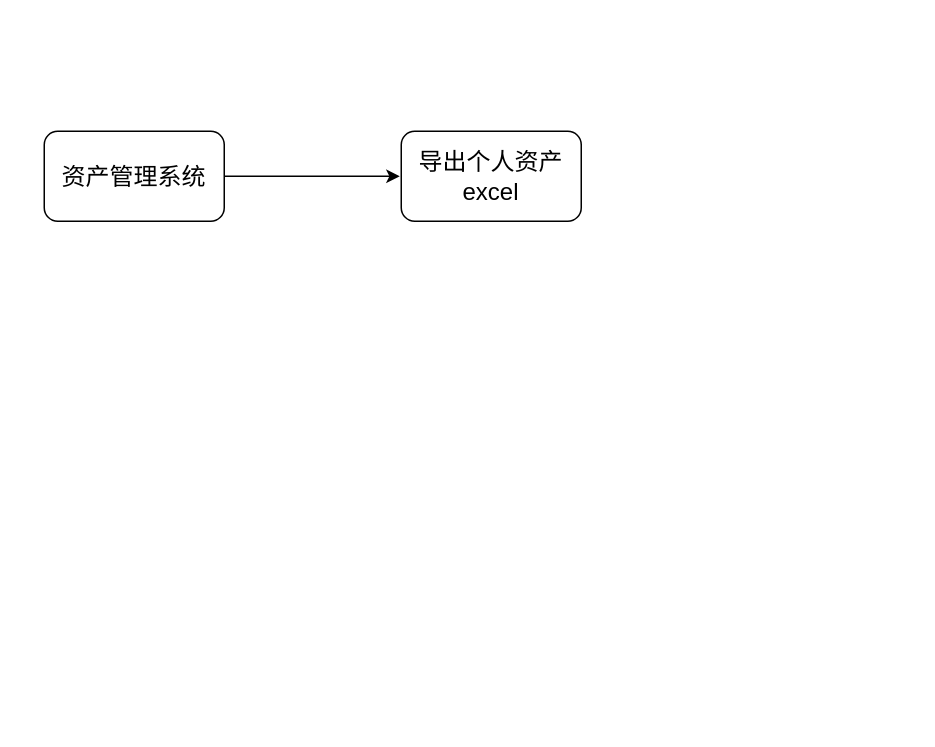
AdhereZ/graph keeps this draw.io diagram as 设备管理.drawio. Above is the earlier version. Source tidied: cells renumbered, new cells numbered last; positions are measured from the earlier drawing's top-left corner, leaving out a move shared by most shapes. Both pictures are drawn from the tidied source at 150%, with x=0, y=0 at pixel (44, 130).
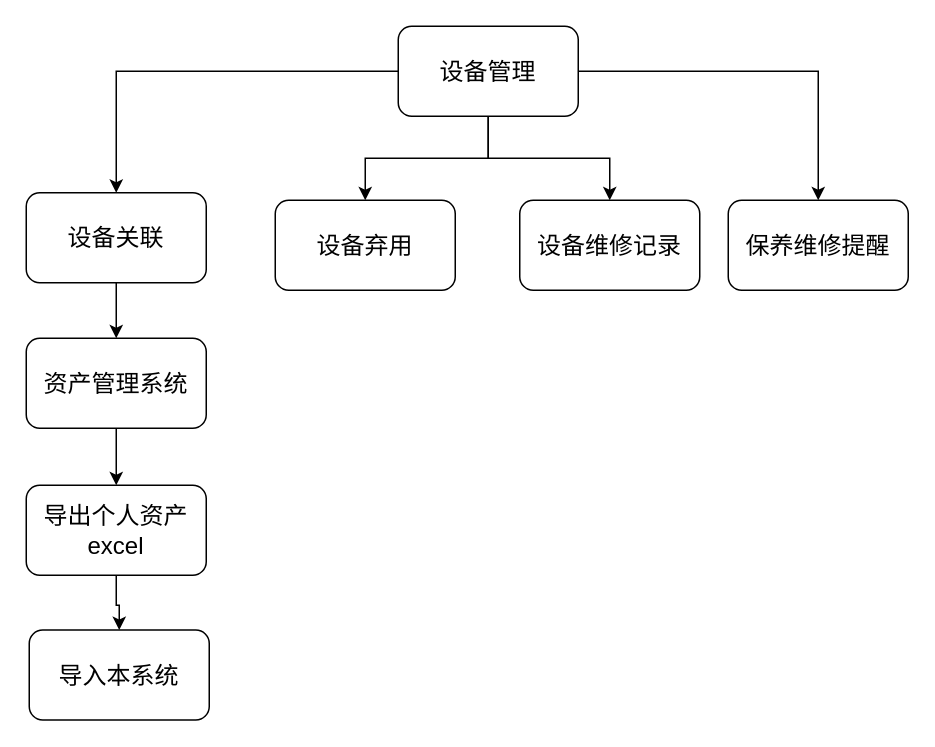
The same diagram, later.

Commit message (it also covers changes not shown here):
更新设备管理.drawio

What changed in the source:
```diff
@@
 <mxGraphModel>
   <root>
     <mxCell id="0" />
     <mxCell id="1" parent="0" />
+    <mxCell id="5" style="edgeStyle=orthogonalEdgeStyle;rounded=0;jettySize=auto;html=1;fontSize=16;" parent="1" edge="1" source="2" target="4">
+      <mxGeometry relative="1" as="geometry" />
+    </mxCell>
     <mxCell id="2" value="&lt;font style=&quot;font-size: 16px;&quot;&gt;资产管理系统&lt;/font&gt;" style="rounded=1;whiteSpace=wrap;html=1;" parent="1" vertex="1">
-      <mxGeometry width="120" height="60" as="geometry" />
+      <mxGeometry x="-12" y="138" width="120" height="60" as="geometry" />
     </mxCell>
-    <mxCell id="3" style="endArrow=classic;html=1;rounded=0;fontSize=16;exitX=1;exitY=0.5;exitDx=0;exitDy=0;" parent="1" edge="1" source="2">
-      <mxGeometry relative="1" as="geometry">
-        <mxPoint x="237" y="30" as="targetPoint" />
-      </mxGeometry>
-    </mxCell>
+    <mxCell id="6" style="edgeStyle=orthogonalEdgeStyle;rounded=0;jettySize=auto;html=1;fontSize=16;" parent="1" edge="1" source="4" target="7">
+      <mxGeometry relative="1" as="geometry" />
+    </mxCell>
     <mxCell id="4" value="导出个人资产excel" style="rounded=1;whiteSpace=wrap;html=1;fontSize=16;" parent="1" vertex="1">
-      <mxGeometry x="238" width="120" height="60" as="geometry" />
+      <mxGeometry x="-12" y="236" width="120" height="60" as="geometry" />
     </mxCell>
+    <mxCell id="7" value="导入本系统" style="rounded=1;whiteSpace=wrap;html=1;fontSize=16;" parent="1" vertex="1">
+      <mxGeometry x="-10" y="332.5" width="120" height="60" as="geometry" />
+    </mxCell>
+    <mxCell id="8" style="edgeStyle=orthogonalEdgeStyle;rounded=0;jettySize=auto;html=1;fontSize=16;" parent="1" edge="1" source="12" target="14">
+      <mxGeometry relative="1" as="geometry" />
+    </mxCell>
+    <mxCell id="9" style="edgeStyle=orthogonalEdgeStyle;rounded=0;jettySize=auto;html=1;fontSize=16;" parent="1" edge="1" source="12" target="15">
+      <mxGeometry relative="1" as="geometry" />
+    </mxCell>
+    <mxCell id="10" style="edgeStyle=orthogonalEdgeStyle;rounded=0;jettySize=auto;html=1;fontSize=16;" parent="1" edge="1" source="12" target="16">
+      <mxGeometry relative="1" as="geometry" />
+    </mxCell>
+    <mxCell id="11" style="edgeStyle=orthogonalEdgeStyle;rounded=0;jettySize=auto;html=1;fontSize=16;" parent="1" edge="1" source="12" target="17">
+      <mxGeometry relative="1" as="geometry" />
+    </mxCell>
+    <mxCell id="12" value="设备管理" style="rounded=1;whiteSpace=wrap;html=1;fontSize=16;" parent="1" vertex="1">
+      <mxGeometry x="236" y="-70" width="120" height="60" as="geometry" />
+    </mxCell>
+    <mxCell id="13" style="edgeStyle=orthogonalEdgeStyle;rounded=0;jettySize=auto;html=1;fontSize=16;" parent="1" edge="1" source="14" target="2">
+      <mxGeometry relative="1" as="geometry" />
+    </mxCell>
+    <mxCell id="14" value="设备关联" style="rounded=1;whiteSpace=wrap;html=1;fontSize=16;" parent="1" vertex="1">
+      <mxGeometry x="-12" y="41" width="120" height="60" as="geometry" />
+    </mxCell>
+    <mxCell id="15" value="设备弃用" style="rounded=1;whiteSpace=wrap;html=1;fontSize=16;" parent="1" vertex="1">
+      <mxGeometry x="154" y="46" width="120" height="60" as="geometry" />
+    </mxCell>
+    <mxCell id="16" value="设备维修记录" style="rounded=1;whiteSpace=wrap;html=1;fontSize=16;" parent="1" vertex="1">
+      <mxGeometry x="317" y="46" width="120" height="60" as="geometry" />
+    </mxCell>
+    <mxCell id="17" value="保养维修提醒" style="rounded=1;whiteSpace=wrap;html=1;fontSize=16;" parent="1" vertex="1">
+      <mxGeometry x="456" y="46" width="120" height="60" as="geometry" />
+    </mxCell>
   </root>
 </mxGraphModel>
```
